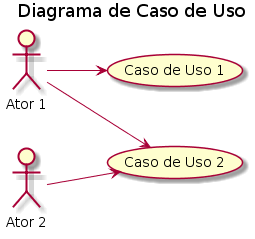
Before: images/arquitetura-cenario-usecase-1.png, a diagram exported from PlantUML (mdssjc/mds). The source it was exported from:
```plantuml
@startuml
left to right direction
title Diagrama de Caso de Uso

actor "Ator 1" as A1
actor "Ator 2" as A2

usecase (Caso de Uso 1) as UC1
usecase (Caso de Uso 2) as UC2

A1 --> UC1
A1 --> UC2
A2 --> UC2
@enduml
```
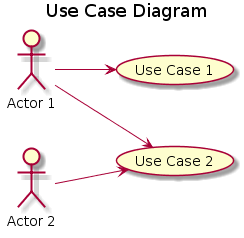
Later version of the same file.

What changed in the source:
```diff
@@ -1,12 +1,12 @@
 @startuml
 left to right direction
-title Diagrama de Caso de Uso
+title Use Case Diagram
 
-actor "Ator 1" as A1
-actor "Ator 2" as A2
+actor "Actor 1" as A1
+actor "Actor 2" as A2
 
-usecase (Caso de Uso 1) as UC1
-usecase (Caso de Uso 2) as UC2
+usecase (Use Case 1) as UC1
+usecase (Use Case 2) as UC2
 
 A1 --> UC1
 A1 --> UC2
```
